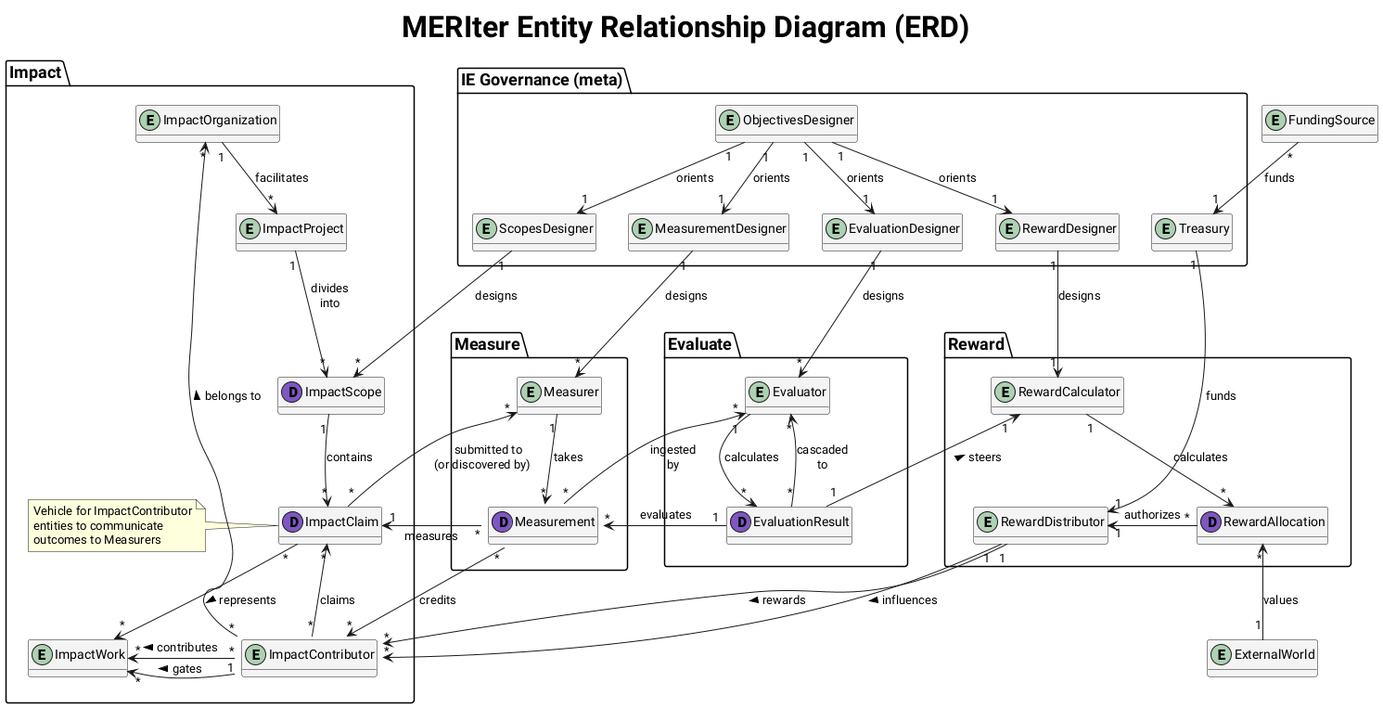
Before: diagrams/ERD.png, a diagram exported from PlantUML (aspiers/ImpactEvaluators).
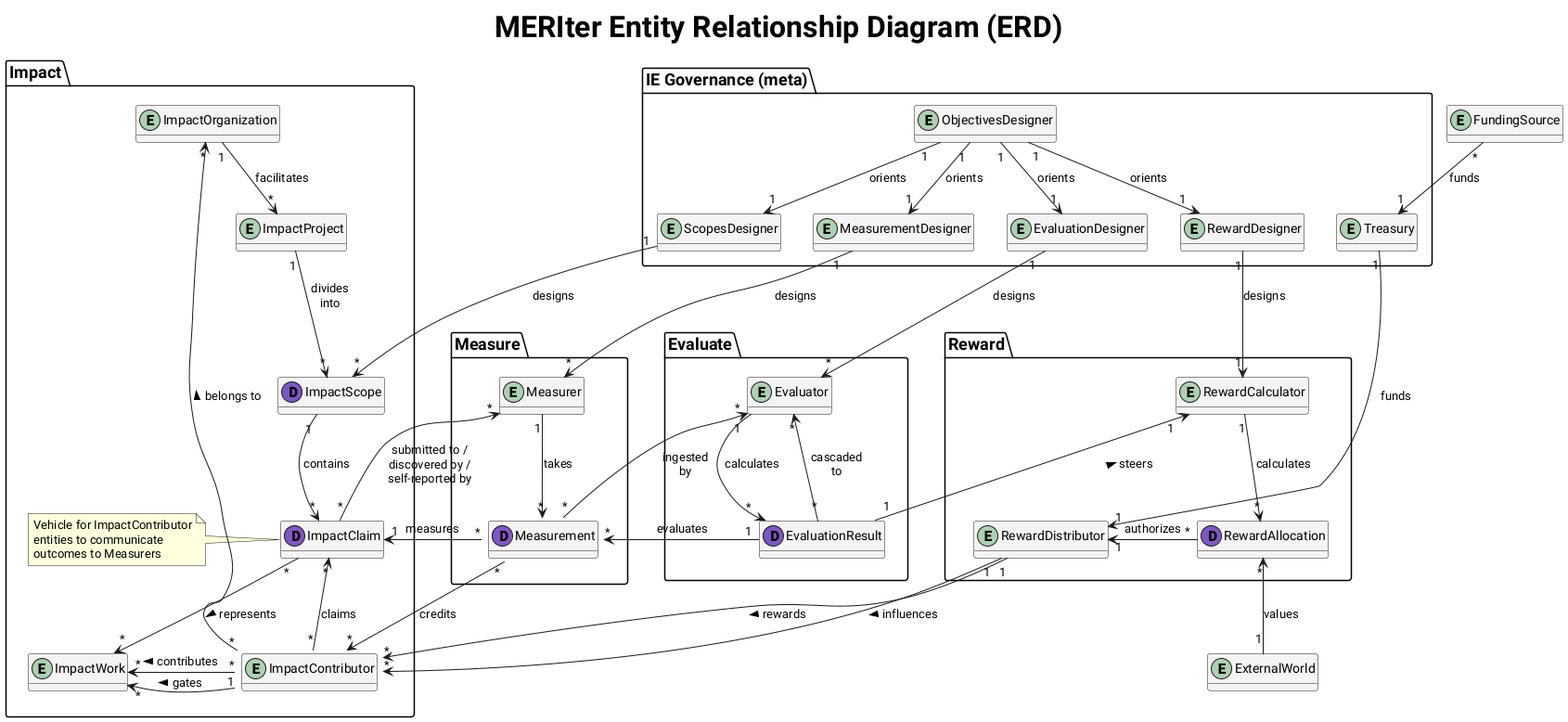
After the commit.

Commit message:
make packages optional and improve ranking

The edit, as a diff of the source:
```diff
@@ -6,6 +6,11 @@
 
 !$SHOW_FIELDS = %false()
 !$SHOW_EAS_FIELDS = %false()
+!$VISIBLE_PACKAGES = "IEGovernance,Impact,Measure,Evaluate,Reward"
+
+!function $isPackageVisible($packageName)
+  !return %strpos($VISIBLE_PACKAGES, $packageName) != -1
+!endfunction
 
 title $FULL_TITLE
 
@@ -39,6 +44,7 @@
 </style>
 
 
+!if ($isPackageVisible("IEGovernance"))
 package "IE Governance (meta)" as IEGovernance {
     entity ObjectivesDesigner
     entity ScopesDesigner
@@ -57,7 +63,9 @@
     ObjectivesDesigner "1" --> "1" EvaluationDesigner : orients
     ObjectivesDesigner "1" --> "1" RewardDesigner : orients
 }
+!endif
 
+!if ($isPackageVisible("Impact"))
 package Impact {
     entity ImpactOrganization {
         !if ($SHOW_FIELDS)
@@ -128,7 +136,9 @@
     ImpactClaim "*" --> "*" ImpactWork : > represents
     ImpactContributor "*" -up--> "*" ImpactOrganization : > belongs to
 }
+!endif
 
+!if ($isPackageVisible("Measure"))
 package Measure {
     dataclass Measurement {
         !if ($SHOW_FIELDS)
@@ -152,13 +162,11 @@
     }
     entity Measurer
 
-    ImpactClaim "*" --> "*" Measurer : "submitted to\n(or discovered by)    "
+    Measurer "1" --> "*" Measurement : takes
+}
+!endif
 
-    Measurer "1" --> "*" Measurement : takes
-    Measurement::impactClaimId "*" -l-> "1" ImpactClaim : measures
-    Measurement::entity "*" --> "*" ImpactContributor : credits
-}
-
+!if ($isPackageVisible("Evaluate"))
 package Evaluate {
     dataclass EvaluationResult {
         !if ($SHOW_FIELDS)
@@ -167,11 +175,12 @@
     }
     entity Evaluator
 
-    EvaluationResult "1" -l-> "*" Measurement : evaluates
     Evaluator "1" -d-> "*" EvaluationResult : "calculates    "
     EvaluationResult "*" -u-> "*" Evaluator : "cascaded\nto"
 }
+!endif
 
+!if ($isPackageVisible("Reward"))
 package Reward {
     entity RewardCalculator
     dataclass RewardAllocation {
@@ -186,26 +195,74 @@
     RewardCalculator "1" -d-> "*" RewardAllocation : calculates
     RewardAllocation "*" -r-> "1" RewardDistributor : authorizes
 }
+!endif
 
-Impact -r[hidden]--> Measure
-Measure -r[hidden]--> Evaluate
-Evaluate -r[hidden]--> Reward
+!if ($isPackageVisible("Impact"))
+!if ($isPackageVisible("Measure"))
+Impact -r[hidden]-> Measure
+ImpactClaim -r[hidden]-> Measurer
+!endif
+!if ($isPackageVisible("Evaluate"))
+Impact -r[hidden]-> Evaluate
+!endif
+!if ($isPackageVisible("Reward"))
+Impact -r[hidden]-> Reward
+!endif
+!endif
 
-ScopesDesigner "1" --> "*" ImpactScope : designs
-MeasurementDesigner "1" --> "*" Measurer : designs
-EvaluationDesigner "1" --> "*" Evaluator : designs
+!if ($isPackageVisible("Measure"))
+!if ($isPackageVisible("Evaluate"))
+Measure -r[hidden]-> Evaluate
+!endif
+!if ($isPackageVisible("Reward"))
+Measure -r[hidden]-> Reward
+!endif
+!endif
+
+!if ($isPackageVisible("Evaluate") && $isPackageVisible("Reward"))
+Evaluate -r[hidden]-> Reward
+EvaluationResult -r[hidden]-> RewardDistributor
+!endif
+
+!if ($isPackageVisible("IEGovernance") && $isPackageVisible("Impact"))
+ImpactScope "*" <-l- "1" ScopesDesigner : designs
+!endif
+!if ($isPackageVisible("IEGovernance") && $isPackageVisible("Measure"))
+MeasurementDesigner "1" -d-> "*" Measurer : designs
+!endif
+!if ($isPackageVisible("IEGovernance") && $isPackageVisible("Evaluate"))
+EvaluationDesigner "1" -d-> "*" Evaluator : designs
+!endif
+!if ($isPackageVisible("IEGovernance"))
+entity FundingSource
+FundingSource "*" -d[norank]-> "1" Treasury : funds
+!endif
+
+!if ($isPackageVisible("IEGovernance") && $isPackageVisible("Reward"))
 RewardDesigner "1" --> "1" RewardCalculator : designs
+Treasury "1" --> "1" RewardDistributor : funds
+!endif
 
-entity FundingSource
-FundingSource "*" --> "1" Treasury : funds
-Treasury "1" --> "1" RewardDistributor : funds
+!if ($isPackageVisible("Impact") && $isPackageVisible("Measure"))
+ImpactClaim "*" --> "*" Measurer : "submitted to /\ndiscovered by /\nself-reported by"
+ImpactClaim "1" <-l- "*" Measurement::impactClaimId : measures
+ImpactContributor "*" <-l- "*" Measurement::entity : credits
+!endif
+!if ($isPackageVisible("Evaluate") && $isPackageVisible("Measure"))
+Measurement "*" <-l- "1" EvaluationResult : evaluates
+Measurement "*" --> "*" Evaluator : "ingested\nby"
+!endif
+!if ($isPackageVisible("Evaluate") && $isPackageVisible("Reward"))
+EvaluationResult "1" --> "1" RewardCalculator : steers >
+!endif
+!if ($isPackageVisible("Reward") && $isPackageVisible("Impact"))
+ImpactContributor "*" <-u-- "1" RewardDistributor : < rewards
+ImpactContributor::workDecisionPolicy "*" <-u-- "1" RewardDistributor : < influences
+!endif
 
-Measurement "*" --> "*" Evaluator : "ingested     \nby     "
-EvaluationResult "1" --> "1" RewardCalculator : steers >
-RewardDistributor "1" ---> "*" ImpactContributor : > rewards
-RewardDistributor "1" ---> "*" ImpactContributor::workDecisionPolicy : > influences
-
+!if ($isPackageVisible("Reward"))
 entity ExternalWorld
 ExternalWorld "1" -u-> "*" RewardAllocation : values
+!endif
 
 @enduml
```
